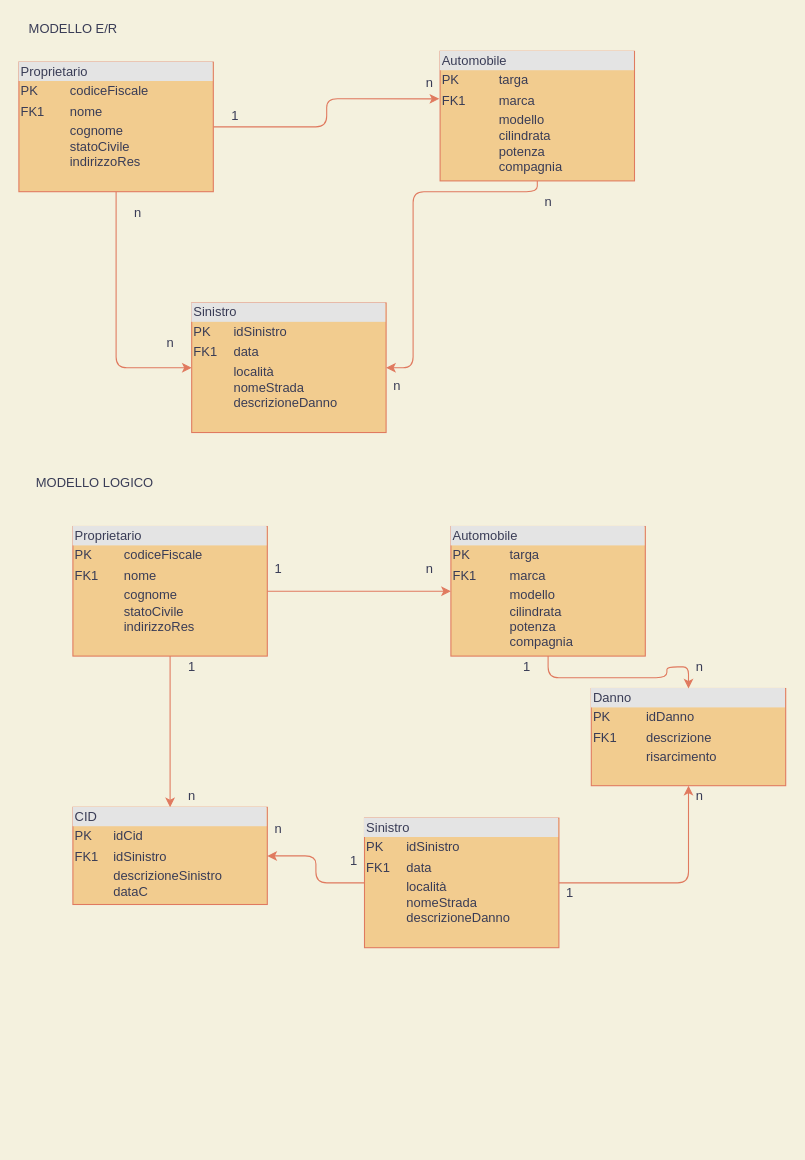
robertamora/Informatica keeps this draw.io diagram as Untitled Diagram.drawio. Above is the earlier version. Source tidied: cells renumbered, new cells numbered last; positions are measured from the earlier drawing's top-left corner, leaving out a move shared by most shapes. Both pictures are drawn from the tidied source at 108%, with x=0, y=0 at pixel (18, 18).
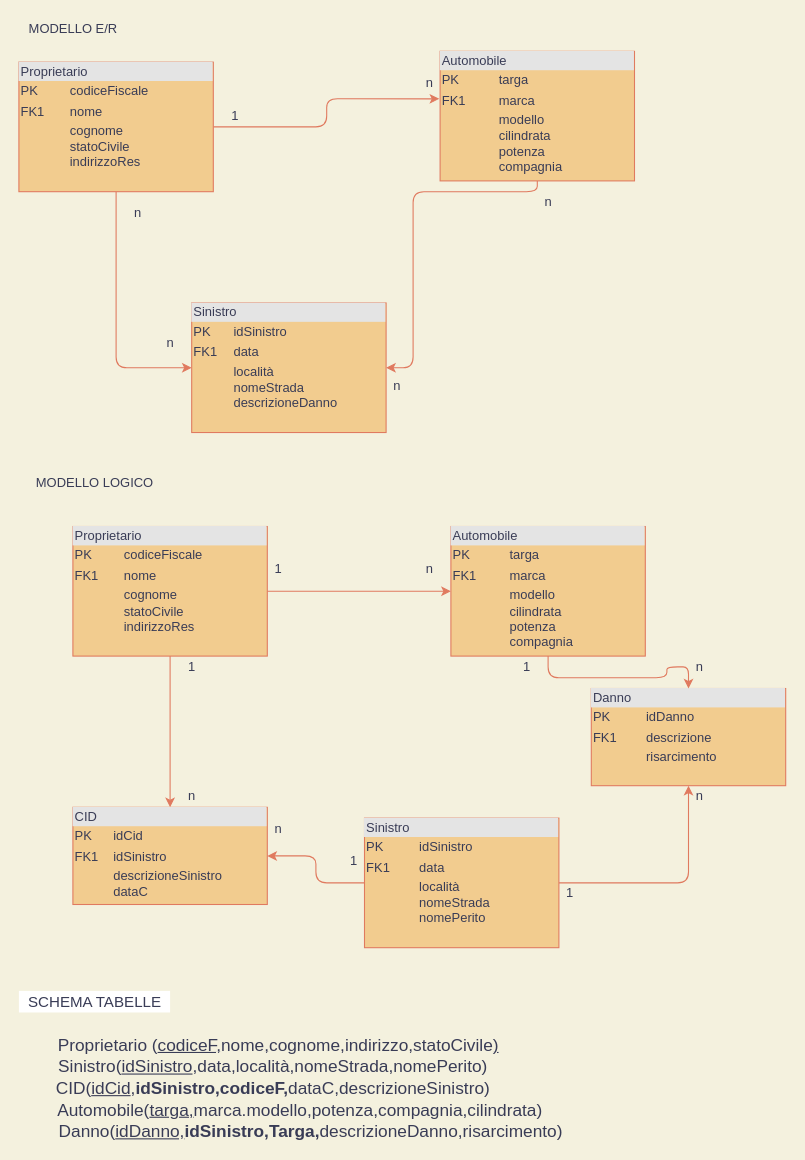
The same page after the edit.

Change to the diagram source:
```diff
@@
-    <mxCell id="22" value="&lt;div style=&quot;box-sizing: border-box ; width: 100% ; background: #e4e4e4 ; padding: 2px&quot;&gt;Sinistro&lt;/div&gt;&lt;table style=&quot;width: 100% ; font-size: 1em&quot; cellpadding=&quot;2&quot; cellspacing=&quot;0&quot;&gt;&lt;tbody&gt;&lt;tr&gt;&lt;td&gt;PK&lt;/td&gt;&lt;td&gt;idSinistro&lt;/td&gt;&lt;/tr&gt;&lt;tr&gt;&lt;td&gt;FK1&lt;/td&gt;&lt;td&gt;data&lt;/td&gt;&lt;/tr&gt;&lt;tr&gt;&lt;td&gt;&lt;/td&gt;&lt;td&gt;località&lt;br&gt;nomeStrada&lt;br&gt;descrizioneDanno&lt;br&gt;&lt;br&gt;&lt;/td&gt;&lt;/tr&gt;&lt;/tbody&gt;&lt;/table&gt;" style="verticalAlign=top;align=left;overflow=fill;html=1;rounded=0;sketch=0;strokeColor=#E07A5F;fillColor=#F2CC8F;fontColor=#393C56;" parent="1" vertex="1">
+    <mxCell id="22" value="&lt;div style=&quot;box-sizing: border-box ; width: 100% ; background: #e4e4e4 ; padding: 2px&quot;&gt;Sinistro&lt;/div&gt;&lt;table style=&quot;width: 100% ; font-size: 1em&quot; cellpadding=&quot;2&quot; cellspacing=&quot;0&quot;&gt;&lt;tbody&gt;&lt;tr&gt;&lt;td&gt;PK&lt;/td&gt;&lt;td&gt;idSinistro&lt;/td&gt;&lt;/tr&gt;&lt;tr&gt;&lt;td&gt;FK1&lt;/td&gt;&lt;td&gt;data&lt;/td&gt;&lt;/tr&gt;&lt;tr&gt;&lt;td&gt;&lt;/td&gt;&lt;td&gt;località&lt;br&gt;nomeStrada&lt;br&gt;nomePerito&lt;br&gt;&lt;br&gt;&lt;/td&gt;&lt;/tr&gt;&lt;/tbody&gt;&lt;/table&gt;" style="verticalAlign=top;align=left;overflow=fill;html=1;rounded=0;sketch=0;strokeColor=#E07A5F;fillColor=#F2CC8F;fontColor=#393C56;" parent="1" vertex="1">
       <mxGeometry x="320" y="740" width="180" height="120" as="geometry" />
     </mxCell>
@@
+    <mxCell id="36" value="&lt;font style=&quot;font-size: 14px&quot;&gt;SCHEMA TABELLE&lt;/font&gt;" style="text;html=1;align=center;verticalAlign=middle;fontColor=#393C56;fillColor=#ffffff;" parent="1" vertex="1">
+      <mxGeometry y="900" width="140" height="20" as="geometry" />
+    </mxCell>
+    <mxCell id="37" value="&lt;font size=&quot;3&quot;&gt;Proprietario (&lt;u&gt;codiceF,&lt;/u&gt;nome&lt;u&gt;,&lt;/u&gt;cognome,indirizzo,statoCivile&lt;u&gt;)&lt;br&gt;&lt;br&gt;&lt;/u&gt;&lt;/font&gt;" style="text;html=1;align=center;verticalAlign=middle;fontColor=#393C56;" parent="1" vertex="1">
+      <mxGeometry x="30" y="945" width="420" height="30" as="geometry" />
+    </mxCell>
+    <mxCell id="38" value="&lt;font size=&quot;3&quot;&gt;Sinistro(&lt;u&gt;idSinistro&lt;/u&gt;,data,località,nomeStrada,nomePerito)&lt;/font&gt;" style="text;html=1;align=center;verticalAlign=middle;fontColor=#393C56;" parent="1" vertex="1">
+      <mxGeometry x="30" y="960" width="410" height="20" as="geometry" />
+    </mxCell>
+    <mxCell id="39" value="&lt;font style=&quot;font-size: 16px&quot;&gt;CID(&lt;u&gt;idCid&lt;/u&gt;,&lt;b&gt;idSinistro,codiceF,&lt;/b&gt;dataC,descrizioneSinistro)&lt;/font&gt;" style="text;html=1;align=center;verticalAlign=middle;fontColor=#393C56;" parent="1" vertex="1">
+      <mxGeometry x="25" y="980" width="420" height="20" as="geometry" />
+    </mxCell>
+    <mxCell id="40" value="&lt;font style=&quot;font-size: 16px&quot;&gt;Automobile(&lt;u&gt;targa,&lt;/u&gt;marca.modello,potenza,compagnia,cilindrata)&lt;/font&gt;" style="text;html=1;align=center;verticalAlign=middle;fontColor=#393C56;fontSize=16;" parent="1" vertex="1">
+      <mxGeometry x="30" y="1000" width="460" height="20" as="geometry" />
+    </mxCell>
+    <mxCell id="41" value="&lt;span style=&quot;font-size: 16px&quot;&gt;Danno(&lt;u&gt;idDanno,&lt;/u&gt;&lt;b&gt;idSinistro,Targa,&lt;/b&gt;descrizioneDanno,risarcimento)&lt;/span&gt;" style="text;html=1;align=center;verticalAlign=middle;fontColor=#393C56;" parent="1" vertex="1">
+      <mxGeometry x="30" y="1020" width="480" height="20" as="geometry" />
+    </mxCell>
```
